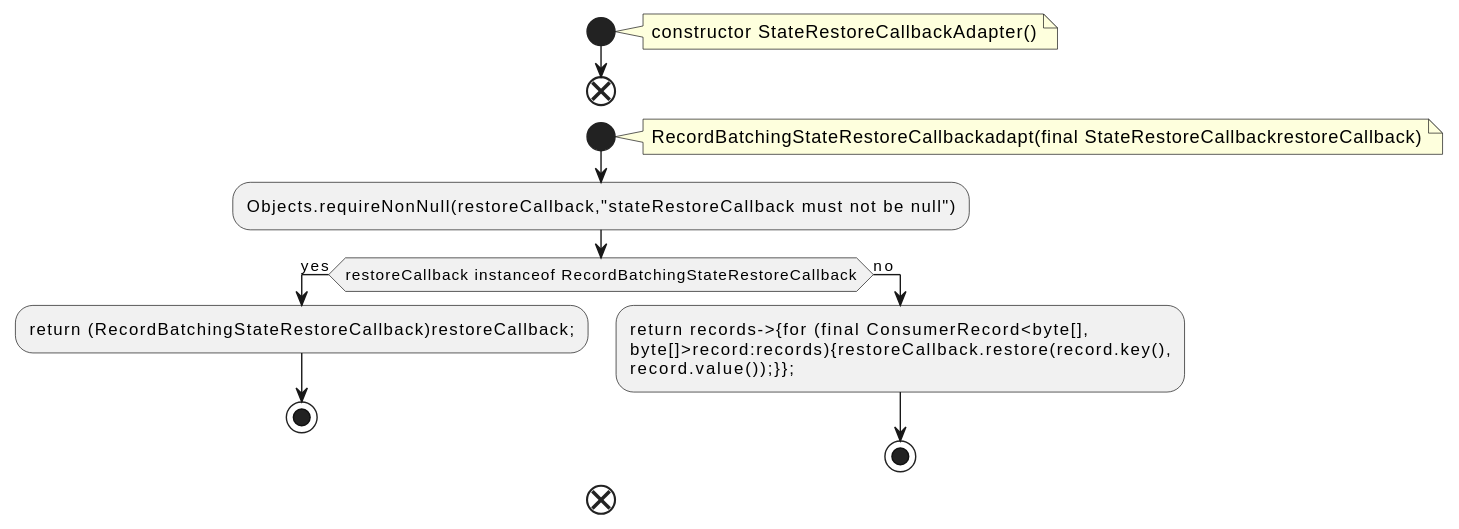
Before: docs/qc/streams/src/main/java/org/apache/kafka/streams/processor/internals/StateRestoreCallbackAdapter.java.fct.svg, a diagram exported from PlantUML (qualitesys/kafka).
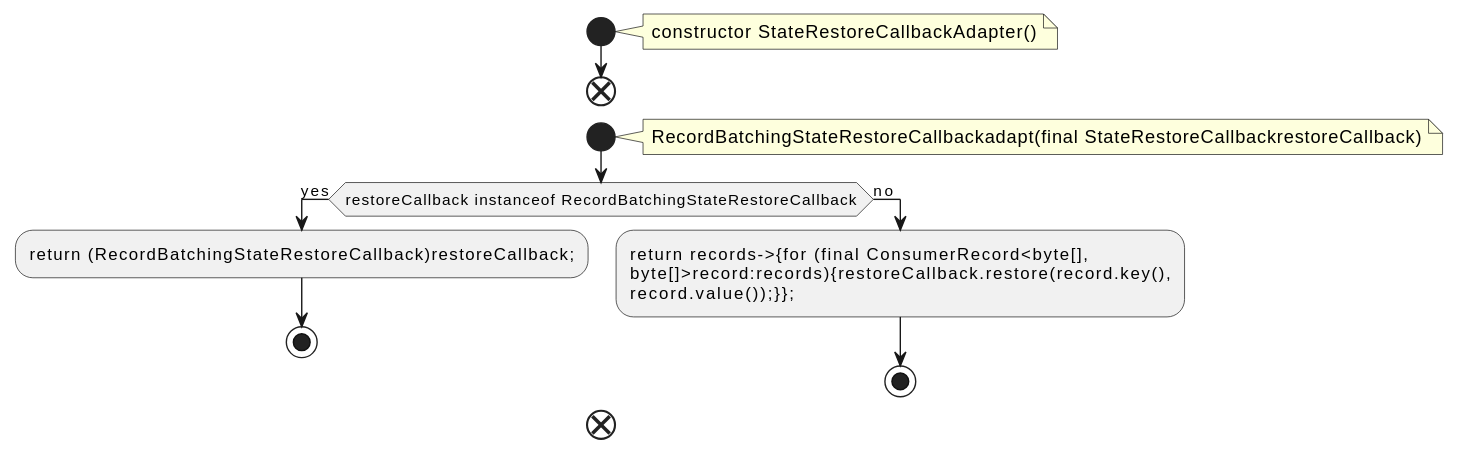
Above is the later version.

Diff of the diagram source:
```diff
@@ -9,7 +9,6 @@
 note right
 RecordBatchingStateRestoreCallbackadapt(final StateRestoreCallbackrestoreCallback)
 end note
-:Objects.requireNonNull(restoreCallback,"stateRestoreCallback must not be null");
 if (restoreCallback instanceof RecordBatchingStateRestoreCallback) then (yes)
 :return (RecordBatchingStateRestoreCallback)restoreCallback;;
 stop
```
